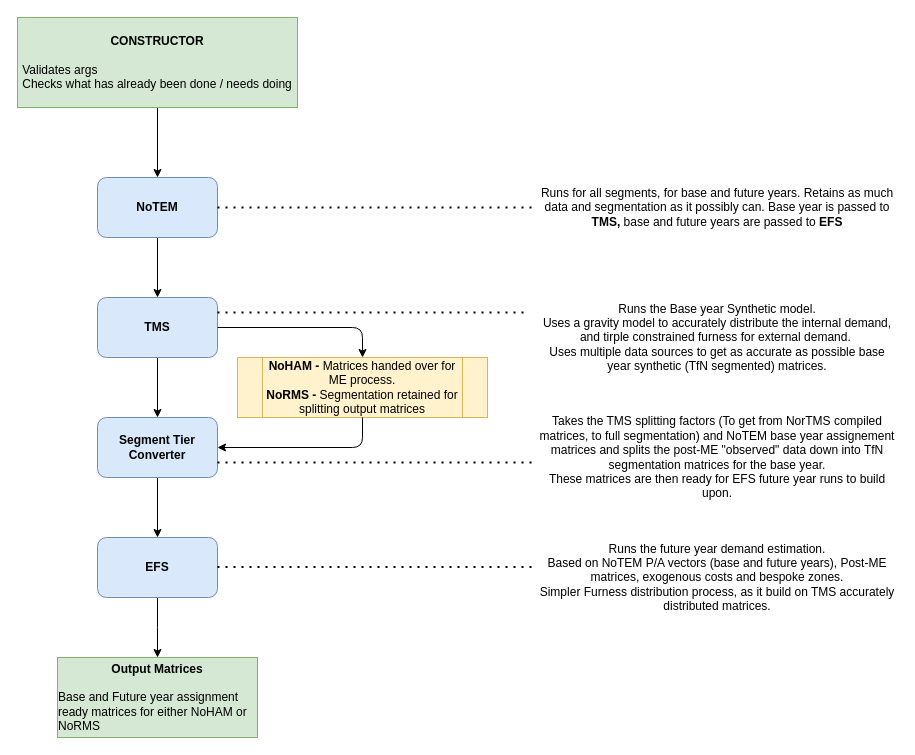
Earlier version of the draw.io diagram page "Overview" (1 of 2) of docs/op_models/NorMITs Demand Frontend.drawio (Transport-for-the-North/NorMITs-Demand). Source tidied: cells renumbered, new cells numbered last; positions are measured from the earlier drawing's top-left corner, leaving out a move shared by most shapes. Both pictures are drawn from the tidied source at 100%, with x=0, y=0 at pixel (17, 17).
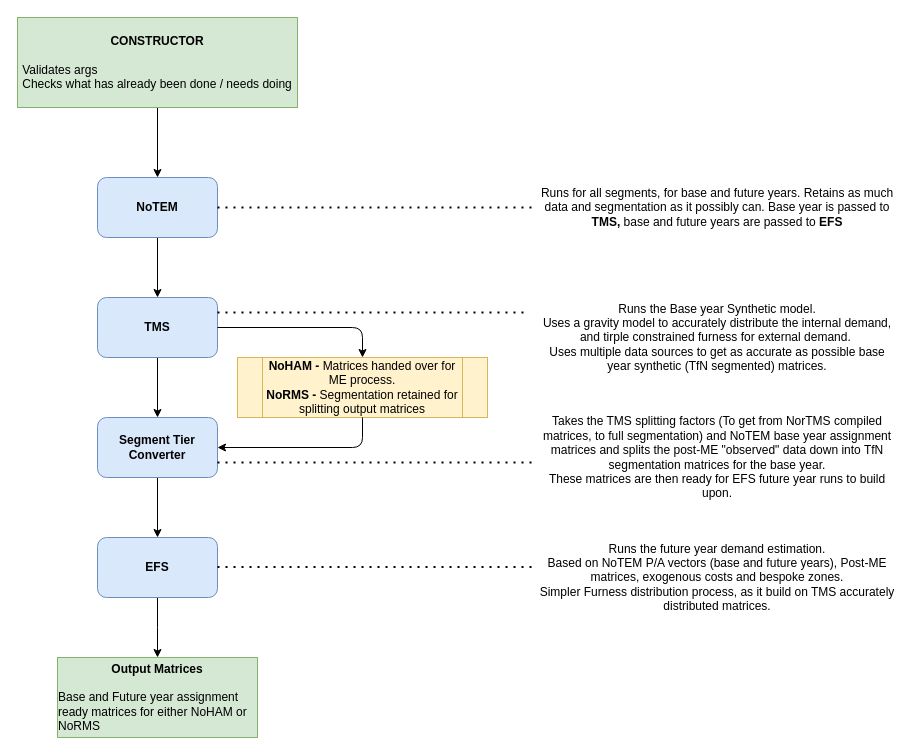
The same diagram, later.

Commit message (it also covers changes not shown here):
data models

What changed in the source:
```diff
@@
-    <mxCell id="21" value="Takes the TMS splitting factors (To get from NorTMS compiled matrices, to full segmentation) and NoTEM base year assignement matrices and splits the post-ME &quot;observed&quot; data down into TfN segmentation matrices for the base year.&lt;br&gt;These matrices are then ready for EFS future year runs to build upon." style="text;html=1;strokeColor=none;fillColor=none;align=center;verticalAlign=middle;whiteSpace=wrap;rounded=0;" parent="1" vertex="1">
+    <mxCell id="21" value="Takes the TMS splitting factors (To get from NorTMS compiled matrices, to full segmentation) and NoTEM base year assignment matrices and splits the post-ME &quot;observed&quot; data down into TfN segmentation matrices for the base year.&lt;br&gt;These matrices are then ready for EFS future year runs to build upon." style="text;html=1;strokeColor=none;fillColor=none;align=center;verticalAlign=middle;whiteSpace=wrap;rounded=0;" parent="1" vertex="1">
       <mxGeometry x="520" y="400" width="360" height="80" as="geometry" />
     </mxCell>
```
